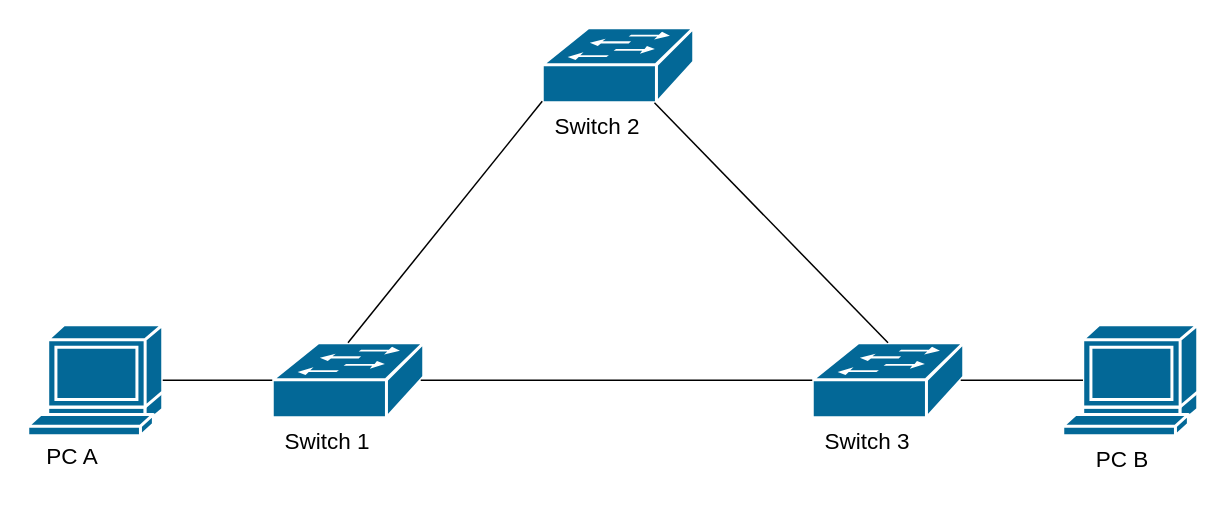
Earlier version of the draw.io diagram NASA-graph/Security/new STP1.drawio (Vincent550102/NASA-graph). Source tidied: cells renumbered, new cells numbered last; positions are measured from the earlier drawing's top-left corner, leaving out a move shared by most shapes. Both pictures are drawn from the tidied source at 150%, with x=0, y=0 at pixel (27, 27).
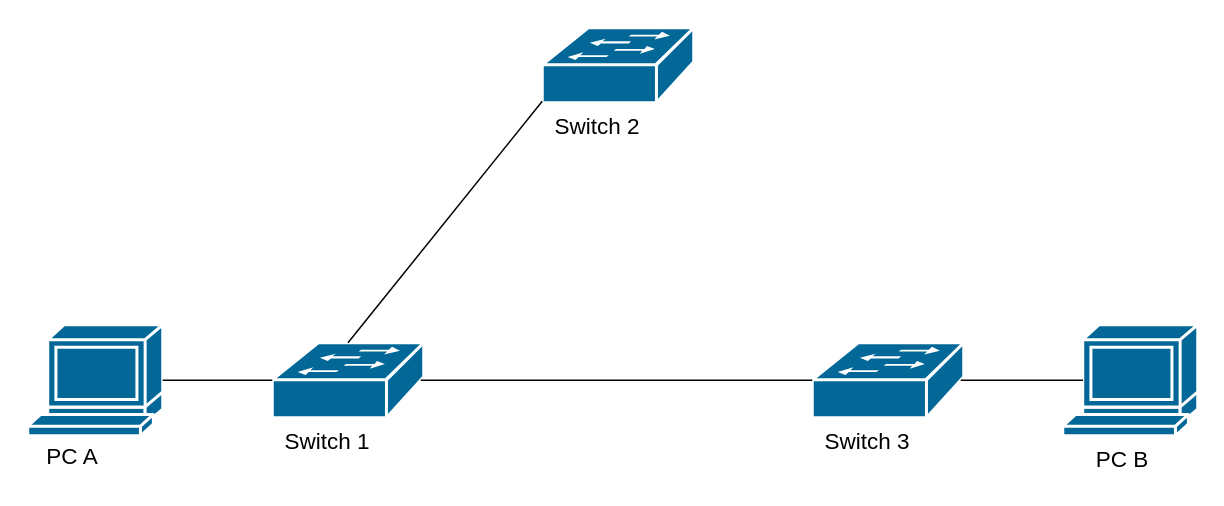
The same diagram, later.

Diff of the diagram source:
```diff
@@
 <mxGraphModel>
   <root>
     <mxCell id="0" />
     <mxCell id="1" parent="0" />
     <mxCell id="2" style="shape=mxgraph.cisco.switches.workgroup_switch;sketch=0;html=1;dashed=0;fillColor=#036897;strokeColor=#ffffff;strokeWidth=2;verticalLabelPosition=bottom;verticalAlign=top;align=center;outlineConnect=0;" parent="1" vertex="1">
       <mxGeometry x="343" width="101" height="50" as="geometry" />
     </mxCell>
     <mxCell id="3" style="shape=mxgraph.cisco.switches.workgroup_switch;sketch=0;html=1;dashed=0;fillColor=#036897;strokeColor=#ffffff;strokeWidth=2;verticalLabelPosition=bottom;verticalAlign=top;align=center;outlineConnect=0;" parent="1" vertex="1">
       <mxGeometry x="523" y="210" width="101" height="50" as="geometry" />
     </mxCell>
     <mxCell id="4" style="shape=mxgraph.cisco.switches.workgroup_switch;sketch=0;html=1;dashed=0;fillColor=#036897;strokeColor=#ffffff;strokeWidth=2;verticalLabelPosition=bottom;verticalAlign=top;align=center;outlineConnect=0;" parent="1" vertex="1">
       <mxGeometry x="163" y="210" width="101" height="50" as="geometry" />
     </mxCell>
     <mxCell id="5" style="shape=mxgraph.cisco.computers_and_peripherals.terminal;sketch=0;html=1;dashed=0;fillColor=#036897;strokeColor=#ffffff;strokeWidth=2;verticalLabelPosition=bottom;verticalAlign=top;align=center;outlineConnect=0;" parent="1" vertex="1">
       <mxGeometry y="198" width="90" height="74" as="geometry" />
     </mxCell>
     <mxCell id="6" style="endArrow=none;html=1;rounded=0;exitX=0.5;exitY=0;exitDx=0;exitDy=0;exitPerimeter=0;entryX=0;entryY=0.98;entryDx=0;entryDy=0;entryPerimeter=0;" parent="1" edge="1" source="4" target="2">
       <mxGeometry relative="1" as="geometry" />
     </mxCell>
-    <mxCell id="7" style="endArrow=none;html=1;rounded=0;exitX=0.5;exitY=0;exitDx=0;exitDy=0;exitPerimeter=0;" parent="1" edge="1" source="3" target="2">
-      <mxGeometry relative="1" as="geometry" />
-    </mxCell>
     <mxCell id="8" style="endArrow=none;html=1;rounded=0;exitX=0.98;exitY=0.5;exitDx=0;exitDy=0;exitPerimeter=0;entryX=0;entryY=0.5;entryDx=0;entryDy=0;entryPerimeter=0;" parent="1" edge="1" source="4" target="3">
       <mxGeometry relative="1" as="geometry" />
     </mxCell>
     <mxCell id="9" style="shape=mxgraph.cisco.computers_and_peripherals.terminal;sketch=0;html=1;dashed=0;fillColor=#036897;strokeColor=#ffffff;strokeWidth=2;verticalLabelPosition=bottom;verticalAlign=top;align=center;outlineConnect=0;" parent="1" vertex="1">
       <mxGeometry x="690" y="198" width="90" height="74" as="geometry" />
     </mxCell>
     <mxCell id="10" style="endArrow=none;html=1;rounded=0;exitX=1;exitY=0.5;exitDx=0;exitDy=0;exitPerimeter=0;entryX=0;entryY=0.5;entryDx=0;entryDy=0;entryPerimeter=0;" parent="1" edge="1" source="5" target="4">
       <mxGeometry relative="1" as="geometry" />
     </mxCell>
     <mxCell id="11" style="endArrow=none;html=1;rounded=0;exitX=0.98;exitY=0.5;exitDx=0;exitDy=0;exitPerimeter=0;entryX=0.15;entryY=0.5;entryDx=0;entryDy=0;entryPerimeter=0;" parent="1" edge="1" source="3" target="9">
       <mxGeometry relative="1" as="geometry" />
     </mxCell>
     <mxCell id="12" value="&lt;font style=&quot;font-size: 15px;&quot;&gt;PC A&lt;/font&gt;" style="text;html=1;strokeColor=none;fillColor=none;align=center;verticalAlign=middle;whiteSpace=wrap;rounded=0;" parent="1" vertex="1">
       <mxGeometry y="270" width="60" height="30" as="geometry" />
     </mxCell>
     <mxCell id="13" value="&lt;font style=&quot;font-size: 15px;&quot;&gt;Switch 1&lt;/font&gt;" style="text;html=1;strokeColor=none;fillColor=none;align=center;verticalAlign=middle;whiteSpace=wrap;rounded=0;" parent="1" vertex="1">
       <mxGeometry x="170" y="260" width="60" height="30" as="geometry" />
     </mxCell>
     <mxCell id="14" value="&lt;font style=&quot;font-size: 15px;&quot;&gt;Switch 2&lt;/font&gt;" style="text;html=1;strokeColor=none;fillColor=none;align=center;verticalAlign=middle;whiteSpace=wrap;rounded=0;" parent="1" vertex="1">
       <mxGeometry x="350" y="50" width="60" height="30" as="geometry" />
     </mxCell>
     <mxCell id="15" value="&lt;font style=&quot;font-size: 15px;&quot;&gt;Switch 3&lt;/font&gt;" style="text;html=1;strokeColor=none;fillColor=none;align=center;verticalAlign=middle;whiteSpace=wrap;rounded=0;" parent="1" vertex="1">
       <mxGeometry x="530" y="260" width="60" height="30" as="geometry" />
     </mxCell>
     <mxCell id="16" value="&lt;font style=&quot;font-size: 15px;&quot;&gt;PC B&lt;/font&gt;" style="text;html=1;strokeColor=none;fillColor=none;align=center;verticalAlign=middle;whiteSpace=wrap;rounded=0;" parent="1" vertex="1">
       <mxGeometry x="700" y="272" width="60" height="30" as="geometry" />
     </mxCell>
   </root>
 </mxGraphModel>
```
